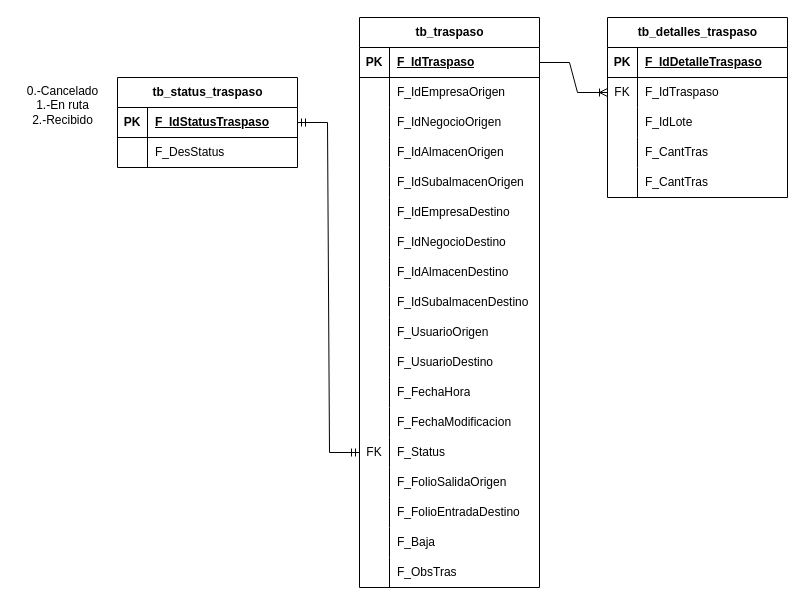
The draw.io diagram TablaTraspasos.drawio in ErnestoDanielTafoyaMolinaCYM/clases-cat-cym, before the edit. Source tidied: cells renumbered, new cells numbered last; positions are measured from the earlier drawing's top-left corner, leaving out a move shared by most shapes. Both pictures are drawn from the tidied source at 100%, with x=0, y=0 at pixel (17, 17).
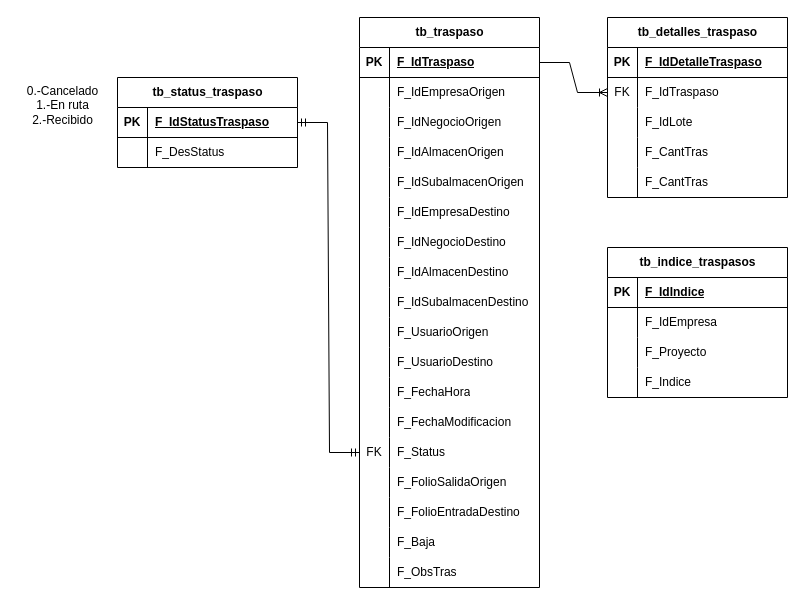
Above is the later version.

Diff of the diagram source:
```diff
@@
+    <mxCell id="83" value="tb_indice_traspasos" style="shape=table;startSize=30;childLayout=tableLayout;rowLines=0;fontStyle=1;align=center;html=1;" parent="1" vertex="1">
+      <mxGeometry x="590" y="230" width="180" height="150" as="geometry" />
+    </mxCell>
+    <mxCell id="84" style="shape=tableRow;horizontal=0;startSize=0;swimlaneHead=0;swimlaneBody=0;fillColor=none;top=0;left=0;right=0;bottom=1;" parent="83" vertex="1">
+      <mxGeometry y="30" width="180" height="30" as="geometry" />
+    </mxCell>
+    <mxCell id="85" value="PK" style="shape=partialRectangle;fillColor=none;top=0;left=0;bottom=0;right=0;fontStyle=1;overflow=hidden;whiteSpace=wrap;html=1;" parent="84" vertex="1">
+      <mxGeometry width="30" height="30" as="geometry" />
+    </mxCell>
+    <mxCell id="86" value="F_IdIndice" style="shape=partialRectangle;fillColor=none;top=0;left=0;bottom=0;right=0;align=left;spacingLeft=6;fontStyle=5;overflow=hidden;whiteSpace=wrap;html=1;" parent="84" vertex="1">
+      <mxGeometry x="30" width="150" height="30" as="geometry" />
+    </mxCell>
+    <mxCell id="87" style="shape=tableRow;horizontal=0;startSize=0;swimlaneHead=0;swimlaneBody=0;fillColor=none;top=0;left=0;right=0;bottom=0;" parent="83" vertex="1">
+      <mxGeometry y="60" width="180" height="30" as="geometry" />
+    </mxCell>
+    <mxCell id="88" style="shape=partialRectangle;fillColor=none;top=0;left=0;bottom=0;right=0;overflow=hidden;whiteSpace=wrap;html=1;" parent="87" vertex="1">
+      <mxGeometry width="30" height="30" as="geometry" />
+    </mxCell>
+    <mxCell id="89" value="F_IdEmpresa" style="shape=partialRectangle;fillColor=none;top=0;left=0;bottom=0;right=0;align=left;spacingLeft=6;overflow=hidden;whiteSpace=wrap;html=1;" parent="87" vertex="1">
+      <mxGeometry x="30" width="150" height="30" as="geometry" />
+    </mxCell>
+    <mxCell id="90" style="shape=tableRow;horizontal=0;startSize=0;swimlaneHead=0;swimlaneBody=0;fillColor=none;top=0;left=0;right=0;bottom=0;" parent="83" vertex="1">
+      <mxGeometry y="90" width="180" height="30" as="geometry" />
+    </mxCell>
+    <mxCell id="91" style="shape=partialRectangle;fillColor=none;top=0;left=0;bottom=0;right=0;overflow=hidden;whiteSpace=wrap;html=1;" parent="90" vertex="1">
+      <mxGeometry width="30" height="30" as="geometry" />
+    </mxCell>
+    <mxCell id="92" value="F_Proyecto" style="shape=partialRectangle;fillColor=none;top=0;left=0;bottom=0;right=0;align=left;spacingLeft=6;overflow=hidden;whiteSpace=wrap;html=1;" parent="90" vertex="1">
+      <mxGeometry x="30" width="150" height="30" as="geometry" />
+    </mxCell>
+    <mxCell id="93" style="shape=tableRow;horizontal=0;startSize=0;swimlaneHead=0;swimlaneBody=0;fillColor=none;top=0;left=0;right=0;bottom=0;" parent="83" vertex="1">
+      <mxGeometry y="120" width="180" height="30" as="geometry" />
+    </mxCell>
+    <mxCell id="94" style="shape=partialRectangle;fillColor=none;top=0;left=0;bottom=0;right=0;overflow=hidden;whiteSpace=wrap;html=1;" parent="93" vertex="1">
+      <mxGeometry width="30" height="30" as="geometry" />
+    </mxCell>
+    <mxCell id="95" value="F_Indice" style="shape=partialRectangle;fillColor=none;top=0;left=0;bottom=0;right=0;align=left;spacingLeft=6;overflow=hidden;whiteSpace=wrap;html=1;" parent="93" vertex="1">
+      <mxGeometry x="30" width="150" height="30" as="geometry" />
+    </mxCell>
```
